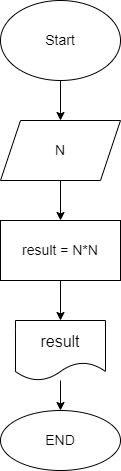
Earlier version of the draw.io export Homework/Homework_01/Ex006/diagram.drawio.png (shenlindao/CSharp). Source tidied: cells renumbered, new cells last; positions are measured from the earlier drawing's top-left corner, leaving out a move shared by most shapes.
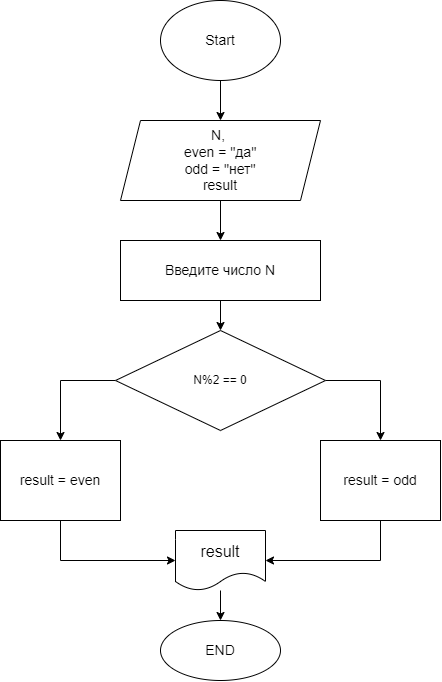
The same diagram one commit later.

What changed in the source:
```diff
@@ -11,23 +11,62 @@
     <mxCell id="4" style="edgeStyle=none;html=1;" parent="1" edge="1" source="5" target="7">
       <mxGeometry relative="1" as="geometry" />
     </mxCell>
-    <mxCell id="5" value="&lt;font style=&quot;font-size: 14px;&quot;&gt;N&lt;/font&gt;" style="shape=parallelogram;perimeter=parallelogramPerimeter;whiteSpace=wrap;html=1;fixedSize=1;" parent="1" vertex="1">
-      <mxGeometry y="120" width="120" height="60" as="geometry" />
+    <mxCell id="5" value="&lt;font style=&quot;font-size: 14px;&quot;&gt;N, &lt;br&gt;even = &quot;да&quot;&lt;br&gt;odd = &quot;нет&quot;&lt;br&gt;result&lt;br&gt;&lt;/font&gt;" style="shape=parallelogram;perimeter=parallelogramPerimeter;whiteSpace=wrap;html=1;fixedSize=1;" parent="1" vertex="1">
+      <mxGeometry x="-40" y="120" width="200" height="80" as="geometry" />
     </mxCell>
-    <mxCell id="6" style="edgeStyle=none;html=1;fontSize=14;" parent="1" edge="1" source="7" target="9">
-      <mxGeometry relative="1" as="geometry" />
+    <mxCell id="6" style="edgeStyle=none;html=1;fontSize=14;" parent="1" edge="1" source="7">
+      <mxGeometry relative="1" as="geometry">
+        <mxPoint x="60" y="330" as="targetPoint" />
+      </mxGeometry>
     </mxCell>
-    <mxCell id="7" value="&lt;font style=&quot;font-size: 14px;&quot;&gt;result = N*N&lt;/font&gt;" style="rounded=0;whiteSpace=wrap;html=1;" parent="1" vertex="1">
-      <mxGeometry y="220" width="120" height="60" as="geometry" />
+    <mxCell id="7" value="&lt;span style=&quot;font-size: 14px;&quot;&gt;Введите число N&lt;/span&gt;" style="rounded=0;whiteSpace=wrap;html=1;" parent="1" vertex="1">
+      <mxGeometry x="-40" y="240" width="200" height="60" as="geometry" />
     </mxCell>
     <mxCell id="8" style="edgeStyle=none;html=1;fontSize=14;" parent="1" edge="1" source="9" target="10">
       <mxGeometry relative="1" as="geometry" />
     </mxCell>
     <mxCell id="9" value="&lt;font size=&quot;3&quot;&gt;result&lt;/font&gt;" style="shape=document;whiteSpace=wrap;html=1;boundedLbl=1;" parent="1" vertex="1">
-      <mxGeometry x="15" y="320" width="90" height="60" as="geometry" />
+      <mxGeometry x="15" y="530" width="90" height="60" as="geometry" />
     </mxCell>
     <mxCell id="10" value="END" style="ellipse;whiteSpace=wrap;html=1;fontSize=14;" parent="1" vertex="1">
-      <mxGeometry y="410" width="120" height="60" as="geometry" />
+      <mxGeometry y="620" width="120" height="60" as="geometry" />
     </mxCell>
+    <mxCell id="11" style="edgeStyle=none;html=1;entryX=0.5;entryY=0;entryDx=0;entryDy=0;fontSize=14;rounded=0;" parent="1" edge="1" source="13" target="15">
+      <mxGeometry relative="1" as="geometry">
+        <Array as="points">
+          <mxPoint x="-100" y="380" />
+        </Array>
+      </mxGeometry>
+    </mxCell>
+    <mxCell id="12" style="edgeStyle=none;html=1;entryX=0.5;entryY=0;entryDx=0;entryDy=0;fontSize=14;rounded=0;" parent="1" edge="1" source="13" target="17">
+      <mxGeometry relative="1" as="geometry">
+        <Array as="points">
+          <mxPoint x="220" y="380" />
+        </Array>
+      </mxGeometry>
+    </mxCell>
+    <mxCell id="13" value="N%2 == 0" style="rhombus;whiteSpace=wrap;html=1;" parent="1" vertex="1">
+      <mxGeometry x="-45" y="330" width="210" height="100" as="geometry" />
+    </mxCell>
+    <mxCell id="14" style="edgeStyle=none;rounded=0;html=1;entryX=0;entryY=0.5;entryDx=0;entryDy=0;fontSize=14;" parent="1" edge="1" source="15" target="9">
+      <mxGeometry relative="1" as="geometry">
+        <Array as="points">
+          <mxPoint x="-100" y="560" />
+        </Array>
+      </mxGeometry>
+    </mxCell>
+    <mxCell id="15" value="result = even" style="rounded=0;whiteSpace=wrap;html=1;fontSize=14;" parent="1" vertex="1">
+      <mxGeometry x="-160" y="440" width="120" height="80" as="geometry" />
+    </mxCell>
+    <mxCell id="16" style="edgeStyle=none;rounded=0;html=1;entryX=1;entryY=0.5;entryDx=0;entryDy=0;fontSize=14;" parent="1" edge="1" source="17" target="9">
+      <mxGeometry relative="1" as="geometry">
+        <Array as="points">
+          <mxPoint x="220" y="560" />
+        </Array>
+      </mxGeometry>
+    </mxCell>
+    <mxCell id="17" value="result = odd" style="rounded=0;whiteSpace=wrap;html=1;fontSize=14;strokeColor=default;" parent="1" vertex="1">
+      <mxGeometry x="160" y="440" width="120" height="80" as="geometry" />
+    </mxCell>
   </root>
 </mxGraphModel>
```
